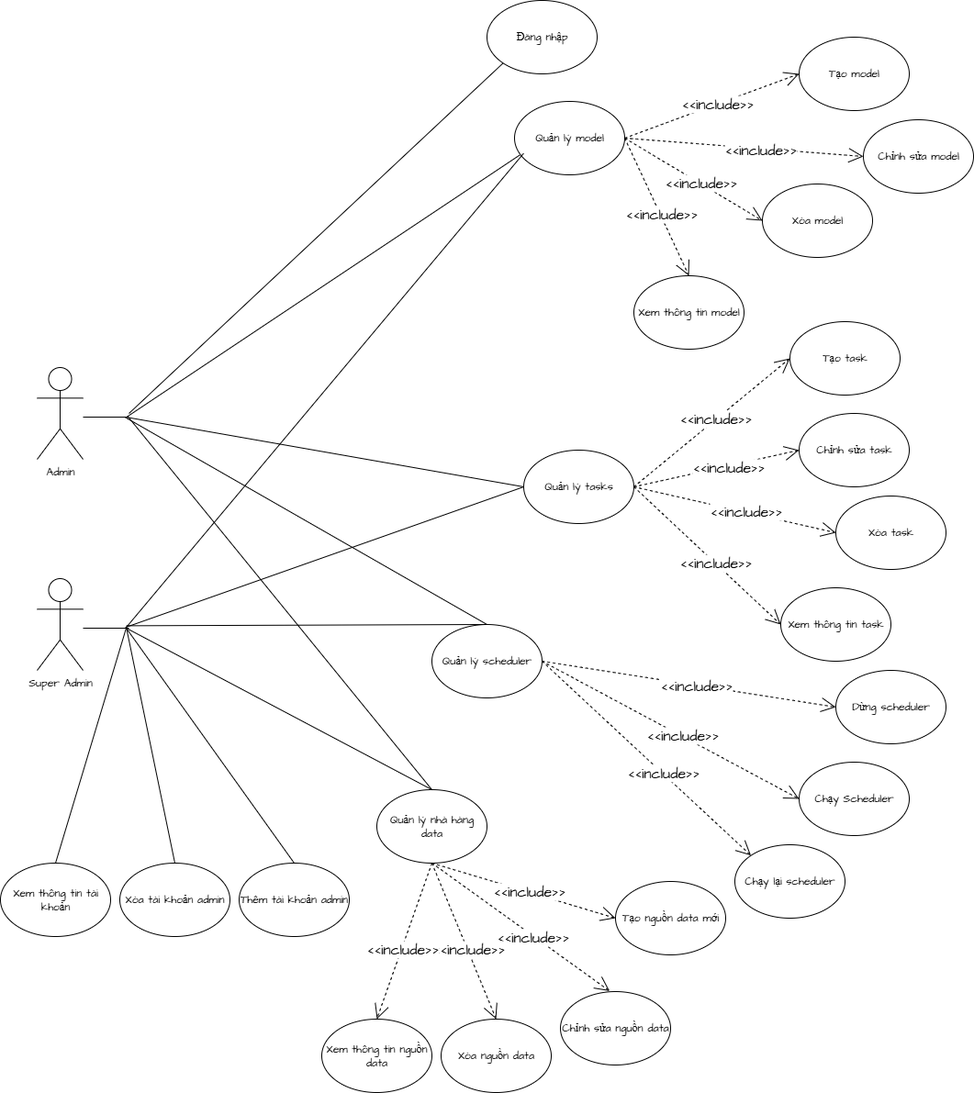
Before: diagrams/use case/Admin.drawio.png, a diagram exported from draw.io (VennDev/VRecommendSystem). Source tidied: cells renumbered, new cells last; positions are measured from the earlier drawing's top-left corner, leaving out a move shared by most shapes.
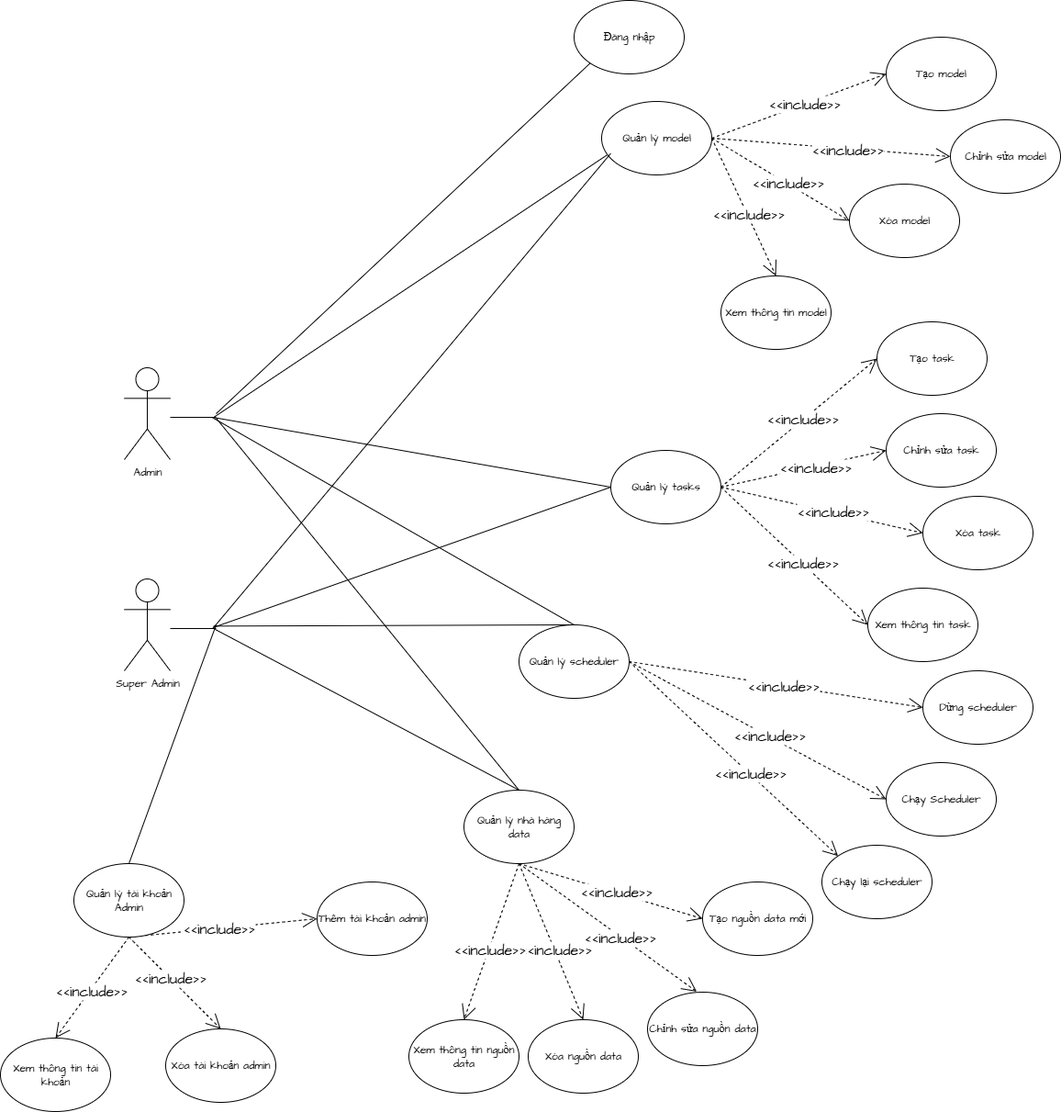
The same diagram one commit later.

What changed in the source:
```diff
@@ -166,15 +166,24 @@
     <mxCell id="55" value="&amp;lt;&amp;lt;include&amp;gt;&amp;gt;" style="edgeLabel;html=1;align=center;verticalAlign=middle;fontSize=16;fontFamily=Architects Daughter;fontSource=https%3A%2F%2Ffonts.googleapis.com%2Fcss%3Ffamily%3DArchitects%2BDaughter;" parent="54" vertex="1">
       <mxGeometry x="0.1" y="1" relative="1" as="geometry" />
     </mxCell>
-    <mxCell id="56" style="edgeStyle=none;curved=1;rounded=0;jettySize=auto;html=1;exitX=0.928;exitY=0.382;exitDx=0;exitDy=0;exitPerimeter=0;entryX=0.5;entryY=0;entryDx=0;entryDy=0;fontFamily=Architects Daughter;fontSource=https%3A%2F%2Ffonts.googleapis.com%2Fcss%3Ffamily%3DArchitects%2BDaughter;fontSize=16;startSize=14;endArrow=none;endSize=14;sourcePerimeterSpacing=8;targetPerimeterSpacing=8;endFill=0;" parent="1" edge="1" source="68" target="64">
+    <mxCell id="56" style="edgeStyle=none;curved=1;rounded=0;jettySize=auto;html=1;exitX=0.5;exitY=1;exitDx=0;exitDy=0;entryX=0;entryY=0.5;entryDx=0;entryDy=0;fontFamily=Architects Daughter;fontSource=https%3A%2F%2Ffonts.googleapis.com%2Fcss%3Ffamily%3DArchitects%2BDaughter;fontSize=16;startSize=14;endArrow=open;endSize=14;sourcePerimeterSpacing=8;targetPerimeterSpacing=8;endFill=0;dashed=1;" parent="1" edge="1" source="75" target="64">
       <mxGeometry relative="1" as="geometry" />
     </mxCell>
+    <mxCell id="71" value="&amp;lt;&amp;lt;include&amp;gt;&amp;gt;" style="edgeLabel;html=1;align=center;verticalAlign=middle;fontSize=16;fontFamily=Architects Daughter;fontSource=https%3A%2F%2Ffonts.googleapis.com%2Fcss%3Ffamily%3DArchitects%2BDaughter;" parent="56" vertex="1">
+      <mxGeometry x="-0.05" relative="1" as="geometry" />
+    </mxCell>
-    <mxCell id="57" style="edgeStyle=none;curved=1;rounded=0;jettySize=auto;html=1;exitX=0.945;exitY=0.487;exitDx=0;exitDy=0;exitPerimeter=0;entryX=0.5;entryY=0;entryDx=0;entryDy=0;fontFamily=Architects Daughter;fontSource=https%3A%2F%2Ffonts.googleapis.com%2Fcss%3Ffamily%3DArchitects%2BDaughter;fontSize=16;startSize=14;endArrow=none;endSize=14;sourcePerimeterSpacing=8;targetPerimeterSpacing=8;endFill=0;" parent="1" edge="1" source="68" target="65">
+    <mxCell id="57" style="edgeStyle=none;curved=1;rounded=0;jettySize=auto;html=1;exitX=0.5;exitY=1;exitDx=0;exitDy=0;entryX=0.5;entryY=0;entryDx=0;entryDy=0;fontFamily=Architects Daughter;fontSource=https%3A%2F%2Ffonts.googleapis.com%2Fcss%3Ffamily%3DArchitects%2BDaughter;fontSize=16;startSize=14;endArrow=open;endSize=14;sourcePerimeterSpacing=8;targetPerimeterSpacing=8;endFill=0;dashed=1;" parent="1" edge="1" source="75" target="65">
       <mxGeometry relative="1" as="geometry" />
     </mxCell>
+    <mxCell id="72" value="&amp;lt;&amp;lt;include&amp;gt;&amp;gt;" style="edgeLabel;html=1;align=center;verticalAlign=middle;fontSize=16;fontFamily=Architects Daughter;fontSource=https%3A%2F%2Ffonts.googleapis.com%2Fcss%3Ffamily%3DArchitects%2BDaughter;" parent="57" vertex="1">
+      <mxGeometry x="-0.11" relative="1" as="geometry" />
+    </mxCell>
-    <mxCell id="58" style="edgeStyle=none;curved=1;rounded=0;jettySize=auto;html=1;exitX=0.945;exitY=0.382;exitDx=0;exitDy=0;exitPerimeter=0;entryX=0.5;entryY=0;entryDx=0;entryDy=0;fontFamily=Architects Daughter;fontSource=https%3A%2F%2Ffonts.googleapis.com%2Fcss%3Ffamily%3DArchitects%2BDaughter;fontSize=16;startSize=14;endArrow=none;endSize=14;sourcePerimeterSpacing=8;targetPerimeterSpacing=8;endFill=0;" parent="1" edge="1" source="68" target="66">
+    <mxCell id="58" style="edgeStyle=none;curved=1;rounded=0;jettySize=auto;html=1;exitX=0.5;exitY=1;exitDx=0;exitDy=0;entryX=0.5;entryY=0;entryDx=0;entryDy=0;fontFamily=Architects Daughter;fontSource=https%3A%2F%2Ffonts.googleapis.com%2Fcss%3Ffamily%3DArchitects%2BDaughter;fontSize=16;startSize=14;endArrow=open;endSize=14;sourcePerimeterSpacing=8;targetPerimeterSpacing=8;endFill=0;dashed=1;" parent="1" edge="1" source="75" target="66">
       <mxGeometry relative="1" as="geometry" />
     </mxCell>
+    <mxCell id="73" value="&amp;lt;&amp;lt;include&amp;gt;&amp;gt;" style="edgeLabel;html=1;align=center;verticalAlign=middle;fontSize=16;fontFamily=Architects Daughter;fontSource=https%3A%2F%2Ffonts.googleapis.com%2Fcss%3Ffamily%3DArchitects%2BDaughter;" parent="58" vertex="1">
+      <mxGeometry x="0.06" y="1" relative="1" as="geometry" />
+    </mxCell>
     <mxCell id="59" style="edgeStyle=none;curved=1;rounded=0;jettySize=auto;html=1;exitX=0.928;exitY=0.487;exitDx=0;exitDy=0;exitPerimeter=0;entryX=0.082;entryY=0.709;entryDx=0;entryDy=0;fontFamily=Architects Daughter;fontSource=https%3A%2F%2Ffonts.googleapis.com%2Fcss%3Ffamily%3DArchitects%2BDaughter;fontSize=16;startSize=14;endArrow=none;endSize=14;sourcePerimeterSpacing=8;targetPerimeterSpacing=8;endFill=0;entryPerimeter=0;" parent="1" edge="1" source="68" target="16">
       <mxGeometry relative="1" as="geometry" />
     </mxCell>
@@ -191,13 +200,13 @@
       <mxGeometry x="40" y="630" width="50" height="100" as="geometry" />
     </mxCell>
     <mxCell id="64" value="Thêm tài khoản admin" style="ellipse;whiteSpace=wrap;html=1;fontFamily=Architects Daughter;fontSource=https%3A%2F%2Ffonts.googleapis.com%2Fcss%3Ffamily%3DArchitects%2BDaughter;" parent="1" vertex="1">
-      <mxGeometry x="260" y="940" width="120" height="80" as="geometry" />
+      <mxGeometry x="250" y="960" width="120" height="80" as="geometry" />
     </mxCell>
     <mxCell id="65" value="Xóa tài khoản admin" style="ellipse;whiteSpace=wrap;html=1;fontFamily=Architects Daughter;fontSource=https%3A%2F%2Ffonts.googleapis.com%2Fcss%3Ffamily%3DArchitects%2BDaughter;" parent="1" vertex="1">
-      <mxGeometry x="130" y="940" width="120" height="80" as="geometry" />
+      <mxGeometry x="85" y="1120" width="120" height="80" as="geometry" />
     </mxCell>
     <mxCell id="66" value="Xem thông tin tài khoản" style="ellipse;whiteSpace=wrap;html=1;fontFamily=Architects Daughter;fontSource=https%3A%2F%2Ffonts.googleapis.com%2Fcss%3Ffamily%3DArchitects%2BDaughter;" parent="1" vertex="1">
-      <mxGeometry y="940" width="120" height="80" as="geometry" />
+      <mxGeometry x="-95" y="1130" width="120" height="80" as="geometry" />
     </mxCell>
     <mxCell id="67" style="line;strokeWidth=1;fillColor=none;align=left;verticalAlign=middle;spacingTop=-1;spacingLeft=3;spacingRight=3;labelPosition=right;points=[];portConstraint=eastwest;strokeColor=inherit;fontFamily=Architects Daughter;fontSource=https%3A%2F%2Ffonts.googleapis.com%2Fcss%3Ffamily%3DArchitects%2BDaughter;" parent="1" vertex="1">
       <mxGeometry x="90" y="450" width="50" height="8" as="geometry" />
@@ -211,5 +220,13 @@
     <mxCell id="70" style="edgeStyle=none;jettySize=auto;html=1;rounded=0;fontFamily=Architects Daughter;fontSource=https%3A%2F%2Ffonts.googleapis.com%2Fcss%3Ffamily%3DArchitects%2BDaughter;fontSize=16;startSize=14;endArrow=none;endSize=14;sourcePerimeterSpacing=8;targetPerimeterSpacing=8;curved=1;entryX=0;entryY=1;entryDx=0;entryDy=0;exitX=1;exitY=0;exitDx=0;exitDy=0;exitPerimeter=0;endFill=0;" parent="1" edge="1" source="67" target="69">
       <mxGeometry relative="1" as="geometry" />
     </mxCell>
+    <mxCell id="74" style="edgeStyle=none;curved=1;rounded=0;jettySize=auto;html=1;exitX=0.5;exitY=0;exitDx=0;exitDy=0;fontFamily=Architects Daughter;fontSource=https%3A%2F%2Ffonts.googleapis.com%2Fcss%3Ffamily%3DArchitects%2BDaughter;fontSize=16;startSize=14;endArrow=none;endSize=14;sourcePerimeterSpacing=8;targetPerimeterSpacing=8;endFill=0;" parent="1" edge="1" source="75">
+      <mxGeometry relative="1" as="geometry">
+        <mxPoint x="140" y="680" as="targetPoint" />
+      </mxGeometry>
+    </mxCell>
+    <mxCell id="75" value="Quản lý tài khoản Admin" style="ellipse;whiteSpace=wrap;html=1;fontFamily=Architects Daughter;fontSource=https%3A%2F%2Ffonts.googleapis.com%2Fcss%3Ffamily%3DArchitects%2BDaughter;" parent="1" vertex="1">
+      <mxGeometry x="-15" y="940" width="120" height="80" as="geometry" />
+    </mxCell>
   </root>
 </mxGraphModel>
```
